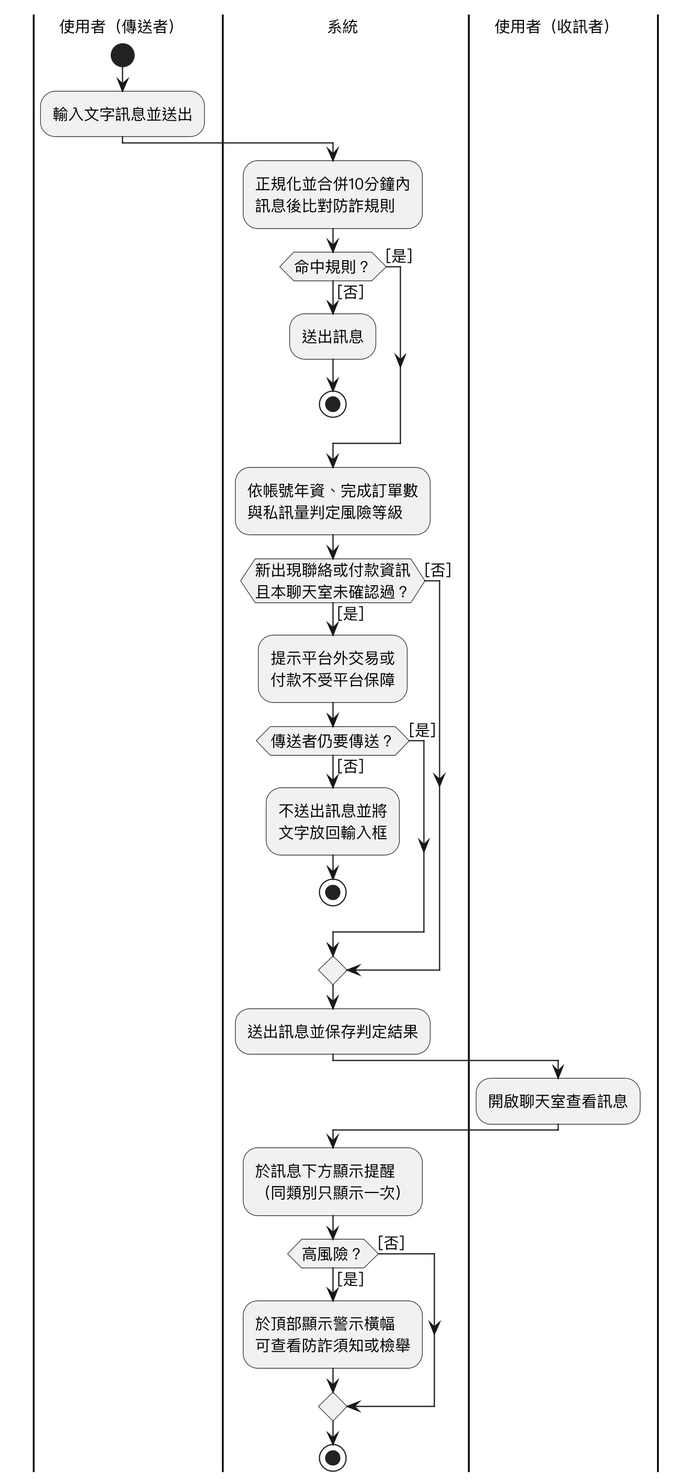
Before: Diagrams/Activity diagram/v3/uc27.png, a diagram exported from PlantUML (SaveMyBook/SaveMyBook).
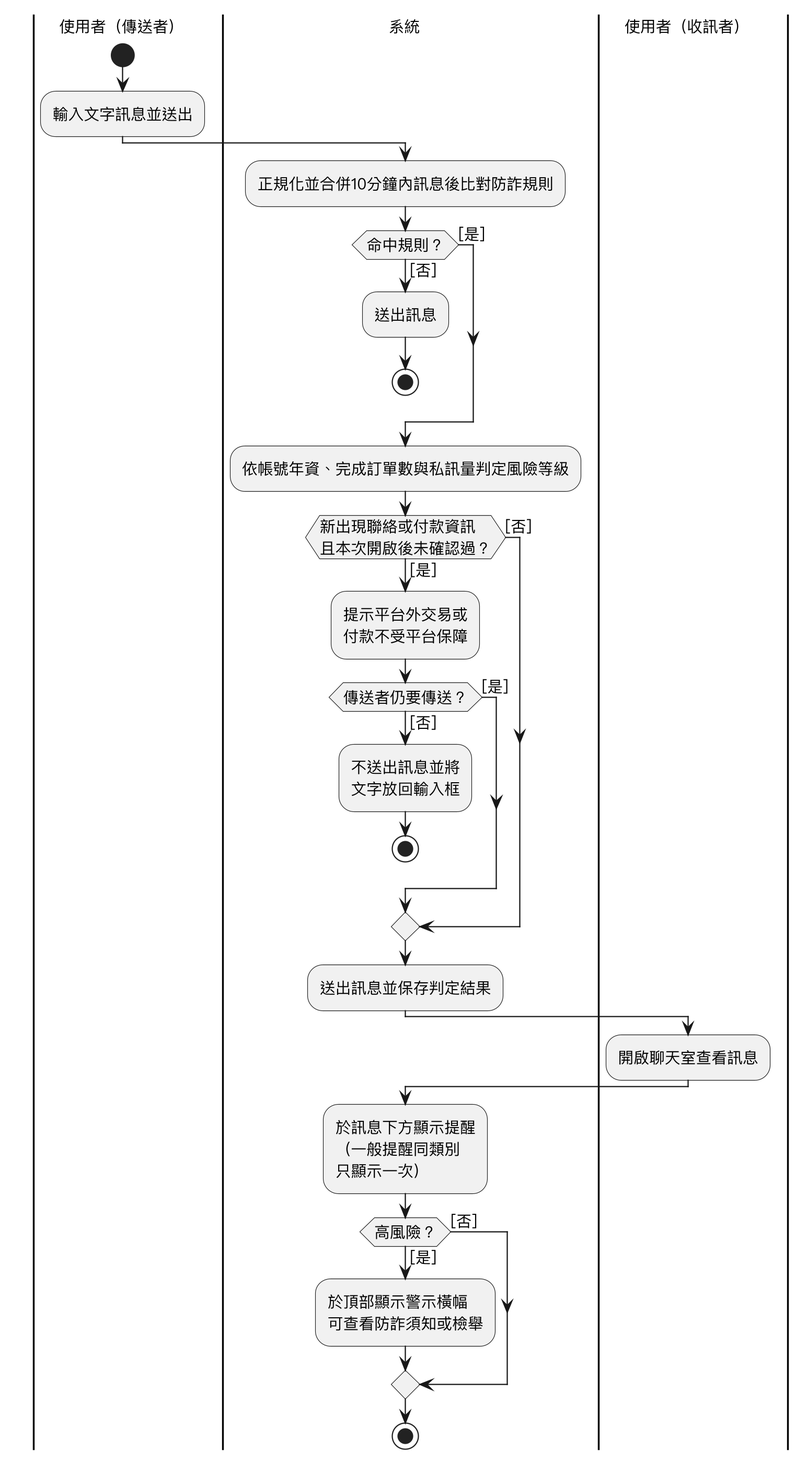
The same diagram one commit later.

Diff of the diagram source:
```diff
@@ -9,14 +9,14 @@
 start
 :輸入文字訊息並送出;
 |系統|
-:正規化並合併10分鐘內\n訊息後比對防詐規則;
+:正規化並合併10分鐘內訊息後比對防詐規則;
 if (命中規則？) then ([否])
   :送出訊息;
   stop
 else ([是])
 endif
-:依帳號年資、完成訂單數\n與私訊量判定風險等級;
-if (新出現聯絡或付款資訊\n且本聊天室未確認過？) then ([是])
+:依帳號年資、完成訂單數與私訊量判定風險等級;
+if (新出現聯絡或付款資訊\n且本次開啟後未確認過？) then ([是])
   :提示平台外交易或\n付款不受平台保障;
   if (傳送者仍要傳送？) then ([否])
     :不送出訊息並將\n文字放回輸入框;
@@ -29,7 +29,7 @@
 |使用者（收訊者）|
 :開啟聊天室查看訊息;
 |系統|
-:於訊息下方顯示提醒\n（同類別只顯示一次）;
+:於訊息下方顯示提醒\n（一般提醒同類別\n只顯示一次）;
 if (高風險？) then ([是])
   :於頂部顯示警示橫幅\n可查看防詐須知或檢舉;
 else ([否])
```
